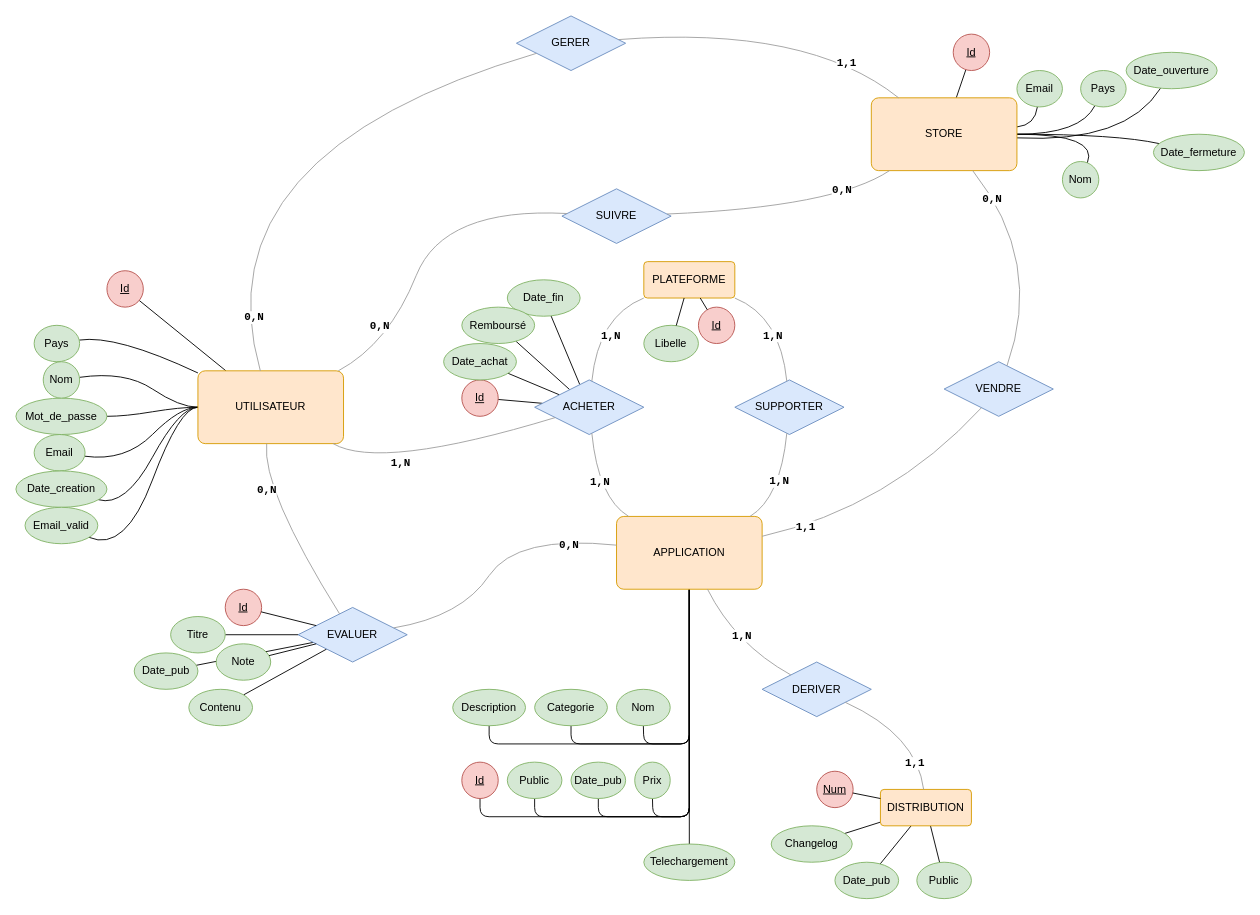
The draw.io diagram schema.drawio in UVSQ-22400381/projet-bdd, before the edit. Source tidied: cells renumbered, new cells numbered last; positions are measured from the earlier drawing's top-left corner, leaving out a move shared by most shapes. Both pictures are drawn from the tidied source at 91%, with x=0, y=0 at pixel (15, 15).
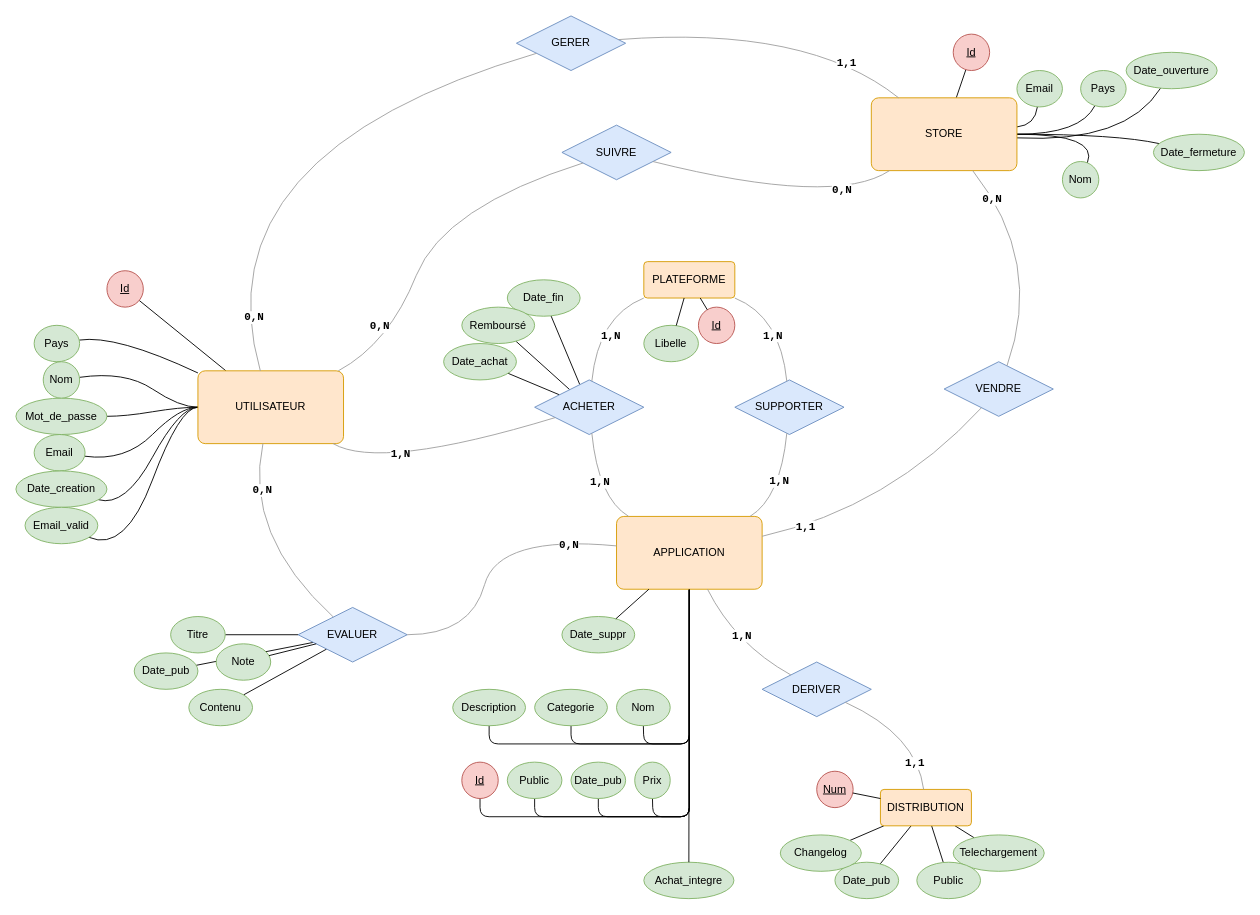
After the change.

Commit message:
Ajout de quelques attributs pour Application

Unchanged cells that the change refers to:
```xml
<mxCell id="33" value="UTILISATEUR" style="rounded=1;arcSize=10;whiteSpace=wrap;html=1;align=center;fillColor=#ffe6cc;strokeColor=#d79b00;" parent="1" vertex="1">
  <mxGeometry x="200" y="390" width="160" height="80" as="geometry" />
</mxCell>
<mxCell id="36" value="APPLICATION" style="rounded=1;arcSize=10;whiteSpace=wrap;html=1;align=center;fillColor=#ffe6cc;strokeColor=#d79b00;" parent="1" vertex="1">
  <mxGeometry x="660" y="550" width="160" height="80" as="geometry" />
</mxCell>
<mxCell id="37" value="DISTRIBUTION" style="rounded=1;arcSize=10;whiteSpace=wrap;html=1;align=center;fillColor=#ffe6cc;strokeColor=#d79b00;" parent="1" vertex="1">
  <mxGeometry x="950" y="850" width="100" height="40" as="geometry" />
</mxCell>
<mxCell id="40" value="ACHETER" style="shape=rhombus;perimeter=rhombusPerimeter;whiteSpace=wrap;html=1;align=center;fillColor=#dae8fc;strokeColor=#6c8ebf;" parent="1" vertex="1">
  <mxGeometry x="570" y="400" width="120" height="60" as="geometry" />
</mxCell>
<mxCell id="42" value="EVALUER" style="shape=rhombus;perimeter=rhombusPerimeter;whiteSpace=wrap;html=1;align=center;fillColor=#dae8fc;strokeColor=#6c8ebf;" parent="1" vertex="1">
  <mxGeometry x="310" y="650" width="120" height="60" as="geometry" />
</mxCell>
<mxCell id="55" style="endArrow=none;html=1;rounded=0;fontSize=12;startSize=8;endSize=8;curved=1;strokeColor=light-dark(#9F9F9F,#EDEDED);" parent="1" edge="1" source="40" target="33">
  <mxGeometry relative="1" as="geometry">
    <Array as="points">
      <mxPoint x="400" y="500" />
    </Array>
  </mxGeometry>
</mxCell>
```

The edit, as a diff of the source:
```diff
@@
-    <mxCell id="2" style="endArrow=none;html=1;rounded=0;" parent="1" edge="1" source="70" target="40">
-      <mxGeometry relative="1" as="geometry" />
-    </mxCell>
@@
-    <mxCell id="15" style="endArrow=none;html=1;rounded=0;" parent="1" edge="1" source="96" target="36">
+    <mxCell id="15" style="endArrow=none;html=1;rounded=0;" parent="1" edge="1" source="96" target="37">
       <mxGeometry relative="1" as="geometry" />
     </mxCell>
@@
     <mxCell id="44" value="SUIVRE" style="shape=rhombus;perimeter=rhombusPerimeter;whiteSpace=wrap;html=1;align=center;fillColor=#dae8fc;strokeColor=#6c8ebf;" parent="1" vertex="1">
-      <mxGeometry x="600" y="190" width="120" height="60" as="geometry" />
+      <mxGeometry x="600" y="120" width="120" height="60" as="geometry" />
     </mxCell>
@@
     <mxCell id="56" value="&lt;div&gt;1,N&lt;/div&gt;" style="whiteSpace=wrap;align=right;verticalAlign=bottom;fontFamily=Courier New;fontStyle=1;labelBorderColor=none;html=1;labelBackgroundColor=default;spacingTop=0;spacing=2;textShadow=0;" parent="55" vertex="1">
       <mxGeometry x="1" relative="1" as="geometry">
-        <mxPoint x="86" y="30" as="offset" />
+        <mxPoint x="86" y="20" as="offset" />
       </mxGeometry>
     </mxCell>
@@
     <mxCell id="61" style="endArrow=none;html=1;rounded=0;fontSize=12;startSize=8;endSize=8;curved=1;strokeColor=light-dark(#9F9F9F,#EDEDED);" parent="1" edge="1" source="42" target="36">
       <mxGeometry relative="1" as="geometry">
         <Array as="points">
-          <mxPoint x="490" y="660" />
-          <mxPoint x="550" y="570" />
+          <mxPoint x="500" y="680" />
+          <mxPoint x="530" y="570" />
         </Array>
       </mxGeometry>
     </mxCell>
@@
     <mxCell id="63" style="endArrow=none;html=1;rounded=0;fontSize=12;startSize=8;endSize=8;curved=1;strokeColor=light-dark(#9F9F9F,#EDEDED);" parent="1" edge="1" source="42" target="33">
       <mxGeometry relative="1" as="geometry">
         <Array as="points">
-          <mxPoint x="270" y="520" />
+          <mxPoint x="250" y="570" />
         </Array>
       </mxGeometry>
     </mxCell>
@@
-    <mxCell id="70" value="Id" style="ellipse;whiteSpace=wrap;html=1;align=center;fontStyle=4;fillColor=#f8cecc;strokeColor=#b85450;" parent="1" vertex="1">
-      <mxGeometry x="490" y="400" width="40" height="40" as="geometry" />
-    </mxCell>
@@
+    <mxCell id="116" value="Achat_integre" style="ellipse;whiteSpace=wrap;html=1;align=center;fillColor=#d5e8d4;strokeColor=#82b366;" parent="1" vertex="1">
+      <mxGeometry x="690" y="930" width="99" height="40" as="geometry" />
+    </mxCell>
@@
     <mxCell id="95" value="Changelog" style="ellipse;whiteSpace=wrap;html=1;align=center;fillColor=#d5e8d4;strokeColor=#82b366;" parent="1" vertex="1">
-      <mxGeometry x="830" y="890" width="89" height="40" as="geometry" />
+      <mxGeometry x="840" y="900" width="89" height="40" as="geometry" />
     </mxCell>
     <mxCell id="96" value="&lt;div&gt;Telechargement&lt;/div&gt;" style="ellipse;whiteSpace=wrap;html=1;align=center;fillColor=#d5e8d4;strokeColor=#82b366;" parent="1" vertex="1">
-      <mxGeometry x="690" y="910" width="100" height="40" as="geometry" />
+      <mxGeometry x="1030" y="900" width="100" height="40" as="geometry" />
     </mxCell>
@@
+    <mxCell id="117" value="Date_suppr" style="ellipse;whiteSpace=wrap;html=1;align=center;fillColor=#d5e8d4;strokeColor=#82b366;" parent="1" vertex="1">
+      <mxGeometry x="600" y="660" width="80" height="40" as="geometry" />
+    </mxCell>
@@
-    <mxCell id="99" value="Id" style="ellipse;whiteSpace=wrap;html=1;align=center;fontStyle=4;fillColor=#f8cecc;strokeColor=#b85450;" parent="1" vertex="1">
-      <mxGeometry x="230" y="630" width="40" height="40" as="geometry" />
-    </mxCell>
@@
     <mxCell id="107" value="Public" style="ellipse;whiteSpace=wrap;html=1;align=center;fillColor=#d5e8d4;strokeColor=#82b366;" parent="1" vertex="1">
-      <mxGeometry x="990" y="930" width="60" height="40" as="geometry" />
+      <mxGeometry x="990" y="930" width="70" height="40" as="geometry" />
     </mxCell>
@@
+    <mxCell id="118" style="endArrow=none;html=1;rounded=0;" parent="1" edge="1" source="116" target="36">
+      <mxGeometry relative="1" as="geometry" />
+    </mxCell>
+    <mxCell id="119" style="endArrow=none;html=1;rounded=0;" parent="1" edge="1" source="117" target="36">
+      <mxGeometry relative="1" as="geometry" />
+    </mxCell>
@@
-    <mxCell id="113" style="endArrow=none;html=1;rounded=0;" parent="1" edge="1" source="99" target="42">
-      <mxGeometry relative="1" as="geometry" />
-    </mxCell>
```
